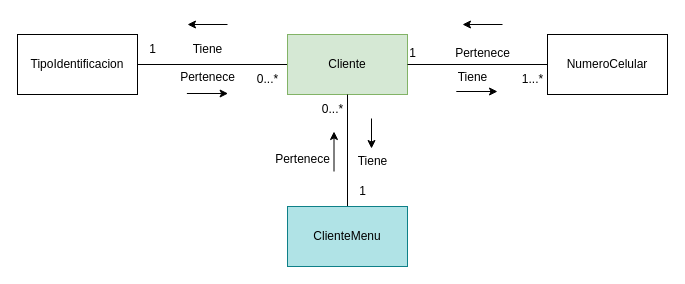
andrescardo98/doo keeps this draw.io diagram as page "Contexto Clientes (Modelo dominio Clientes)" (2 of 12) of Restaurante_Disenio.drawio. Above is the earlier version. Source tidied: cells renumbered, new cells numbered last; positions are measured from the earlier drawing's top-left corner, leaving out a move shared by most shapes. Both pictures are drawn from the tidied source at 100%, with x=0, y=0 at pixel (17, 24).
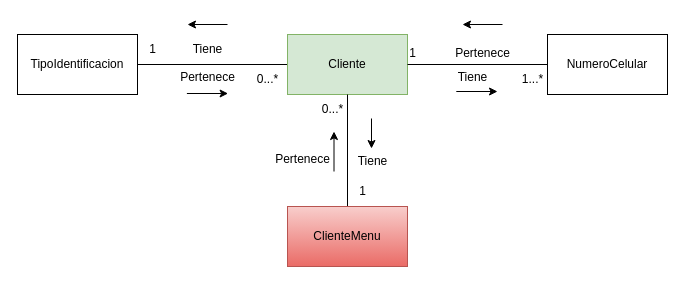
The same page after the edit.

The edit, as a diff of the source:
```diff
@@
-    <mxCell id="16" value="ClienteMenu" style="rounded=0;whiteSpace=wrap;html=1;fillColor=#B0E3E6;strokeColor=#0e8088;" parent="1" vertex="1">
+    <mxCell id="16" value="ClienteMenu" style="rounded=0;whiteSpace=wrap;html=1;fillColor=#f8cecc;strokeColor=#b85450;gradientColor=#ea6b66;" parent="1" vertex="1">
       <mxGeometry x="270" y="182" width="120" height="60" as="geometry" />
     </mxCell>
```
